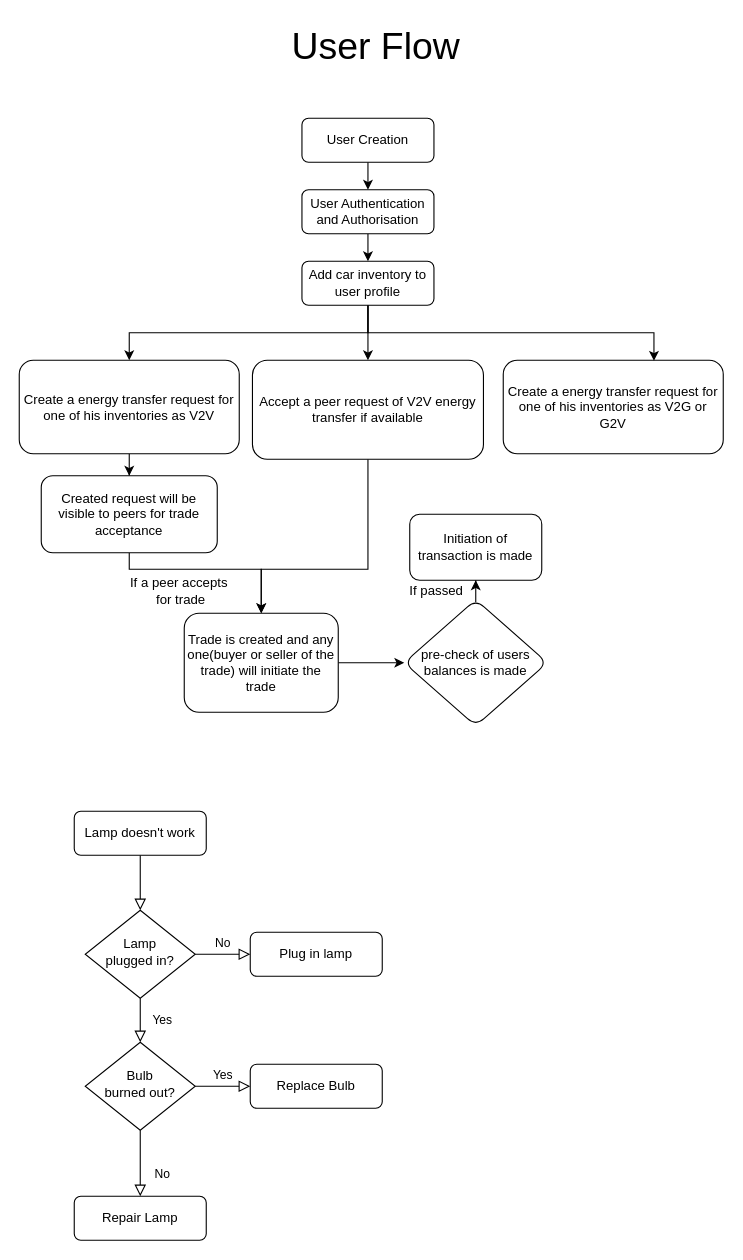
This is Untitled Diagram.drawio from Uday003/ejtos-react_budget_app, a draw.io file, before an edit. Source tidied: cells renumbered, new cells numbered last; positions are measured from the earlier drawing's top-left corner, leaving out a move shared by most shapes. Both pictures are drawn from the tidied source at 110%, with x=0, y=0 at pixel (19, 19).
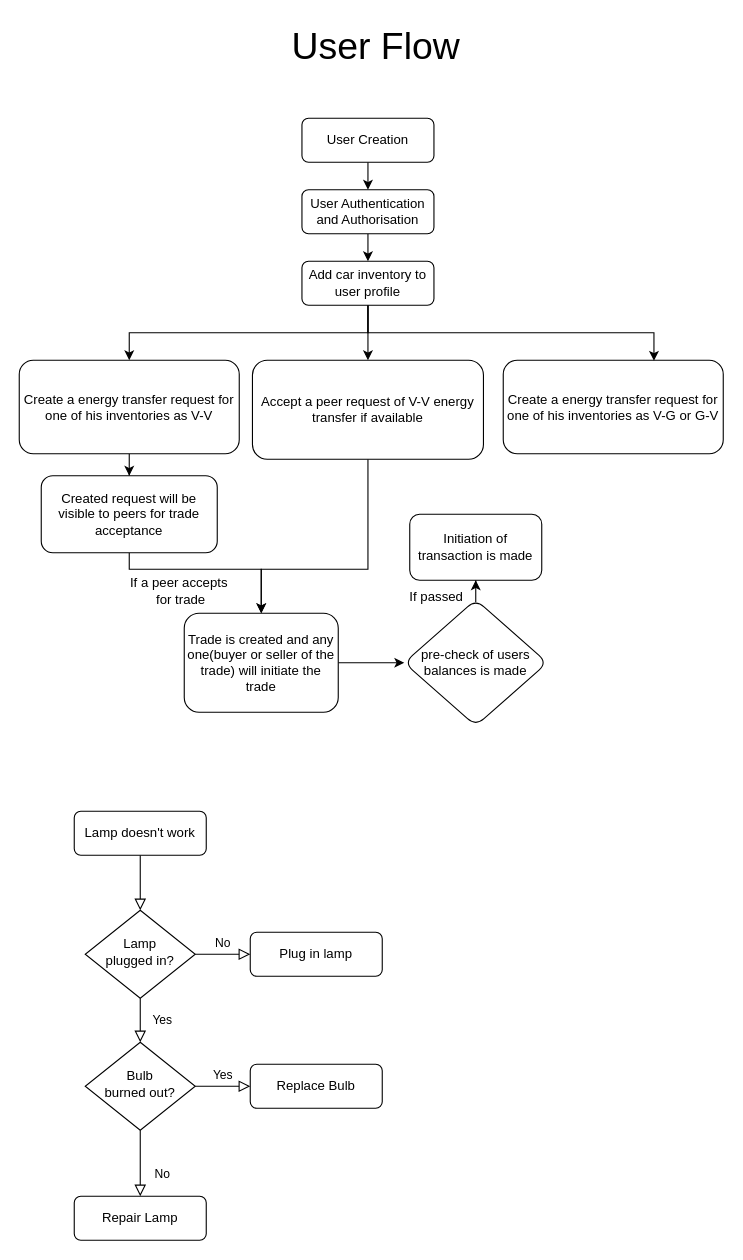
After the change.

What changed in the source:
```diff
@@
-    <mxCell id="20" value="Create a energy transfer request for one of his inventories as V2V" style="rounded=1;whiteSpace=wrap;html=1;fontSize=12;glass=0;strokeWidth=1;shadow=0;" parent="1" vertex="1">
+    <mxCell id="20" value="Create a energy transfer request for one of his inventories as V-V" style="rounded=1;whiteSpace=wrap;html=1;fontSize=12;glass=0;strokeWidth=1;shadow=0;" parent="1" vertex="1">
       <mxGeometry y="310" width="200" height="85" as="geometry" />
     </mxCell>
-    <mxCell id="21" value="Create a energy transfer request for one of his inventories as V2G or G2V" style="rounded=1;whiteSpace=wrap;html=1;fontSize=12;glass=0;strokeWidth=1;shadow=0;" parent="1" vertex="1">
+    <mxCell id="21" value="Create a energy transfer request for one of his inventories as V-G or G-V" style="rounded=1;whiteSpace=wrap;html=1;fontSize=12;glass=0;strokeWidth=1;shadow=0;" parent="1" vertex="1">
       <mxGeometry x="440" y="310" width="200" height="85" as="geometry" />
     </mxCell>
@@
-    <mxCell id="26" value="Accept a peer request of V2V energy transfer if available" style="rounded=1;whiteSpace=wrap;html=1;fontSize=12;glass=0;strokeWidth=1;shadow=0;" parent="1" vertex="1">
+    <mxCell id="26" value="Accept a peer request of V-V energy transfer if available" style="rounded=1;whiteSpace=wrap;html=1;fontSize=12;glass=0;strokeWidth=1;shadow=0;" parent="1" vertex="1">
       <mxGeometry x="212" y="310" width="210" height="90" as="geometry" />
     </mxCell>
@@
     <mxCell id="35" value="If passed" style="text;html=1;align=center;verticalAlign=middle;strokeColor=none;fillColor=none;" parent="1" vertex="1">
-      <mxGeometry x="344" y="505" width="70" height="30" as="geometry" />
+      <mxGeometry x="344" y="510" width="70" height="30" as="geometry" />
     </mxCell>
```
